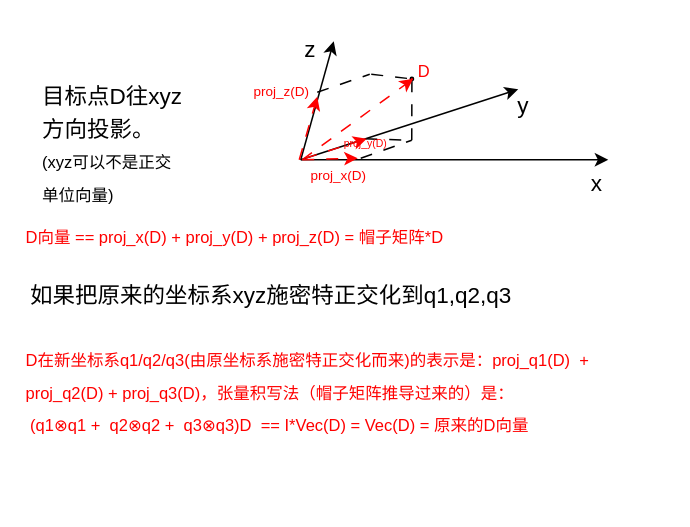
Earlier version of the draw.io diagram page "正交投影" (3 of 3) of images/2023/power-of-matrix/power-of-matrix.drawio (wumin199/wm-blog-image). Source tidied: cells renumbered, new cells numbered last; positions are measured from the earlier drawing's top-left corner, leaving out a move shared by most shapes. Both pictures are drawn from the tidied source at 150%, with x=0, y=0 at pixel (26, 26).
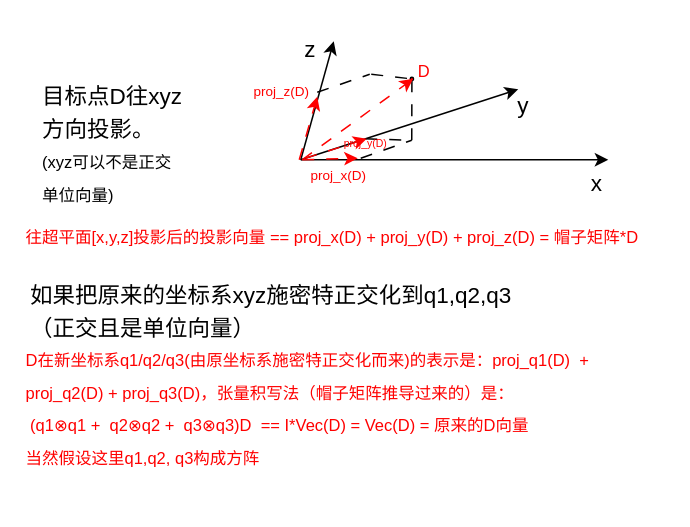
Above is the later version.

Change to the diagram source:
```diff
@@
-    <mxCell id="26" value="D向量 == proj_x(D) + proj_y(D) + proj_z(D) = 帽子矩阵*D" style="text;html=1;align=left;verticalAlign=middle;strokeColor=none;fillColor=none;fontSize=11;fontColor=#FF0000;overflow=fill;" parent="1" vertex="1">
-      <mxGeometry y="135" width="296" height="25" as="geometry" />
+    <mxCell id="26" value="往超平面[x,y,z]投影后的投影向量 == proj_x(D) + proj_y(D) + proj_z(D) = 帽子矩阵*D" style="text;html=1;align=left;verticalAlign=middle;strokeColor=none;fillColor=none;fontSize=11;fontColor=#FF0000;overflow=fill;" parent="1" vertex="1">
+      <mxGeometry y="135" width="426" height="25" as="geometry" />
     </mxCell>
-    <mxCell id="27" value="&lt;font style=&quot;&quot; color=&quot;#000000&quot;&gt;&lt;span style=&quot;font-size: 15px;&quot;&gt;如果把原来的坐标系xyz施密特正交化到q1,q2,q3&lt;/span&gt;&lt;br&gt;&lt;/font&gt;" style="text;html=1;strokeColor=none;fillColor=none;align=left;verticalAlign=middle;whiteSpace=wrap;rounded=0;labelBackgroundColor=none;fontSize=18;fontColor=default;comic=0;backgroundOutline=0;overflow=fill;fontFamily=Helvetica;" parent="1" vertex="1">
+    <mxCell id="27" value="&lt;font style=&quot;&quot; color=&quot;#000000&quot;&gt;&lt;span style=&quot;font-size: 15px;&quot;&gt;如果把原来的坐标系xyz施密特正交化到q1,q2,q3（正交且是单位向量）&lt;/span&gt;&lt;br&gt;&lt;/font&gt;" style="text;html=1;strokeColor=none;fillColor=none;align=left;verticalAlign=middle;whiteSpace=wrap;rounded=0;labelBackgroundColor=none;fontSize=18;fontColor=default;comic=0;backgroundOutline=0;overflow=fill;fontFamily=Helvetica;" parent="1" vertex="1">
       <mxGeometry x="3" y="169" width="335" height="42" as="geometry" />
     </mxCell>
-    <mxCell id="28" value="&lt;p style=&quot;line-height: 100%;&quot;&gt;&lt;/p&gt;&lt;span style=&quot;color: rgb(255, 0, 0); font-size: 11px; text-align: center;&quot;&gt;D在新坐标系q1/q2/q3(由原坐标系施密特正交化而来)的表示是：proj_q1(D)&amp;nbsp; + proj_q2(D) + proj_q3(D)，张量积写法（帽子矩阵推导过来的）是：&lt;br&gt;&amp;nbsp;(&lt;/span&gt;&lt;font style=&quot;background-color: initial; text-align: center;&quot; color=&quot;#ff0000&quot;&gt;&lt;span style=&quot;font-size: 11px;&quot;&gt;q1&lt;/span&gt;&lt;/font&gt;&lt;font style=&quot;background-color: initial; text-align: center;&quot; face=&quot;arial, sans-serif&quot;&gt;&lt;span style=&quot;background-color: rgb(255, 255, 255);&quot;&gt;&lt;font style=&quot;font-size: 11px;&quot; color=&quot;#ff0000&quot;&gt;⊗q1 +&amp;nbsp;&lt;/font&gt;&lt;/span&gt;&lt;/font&gt;&lt;span style=&quot;color: rgb(255, 0, 0); font-size: 11px; text-align: center;&quot;&gt;&amp;nbsp;&lt;/span&gt;&lt;font style=&quot;background-color: initial; text-align: center;&quot; color=&quot;#ff0000&quot;&gt;&lt;span style=&quot;font-size: 11px;&quot;&gt;q2&lt;/span&gt;&lt;/font&gt;&lt;font style=&quot;background-color: initial; text-align: center;&quot; face=&quot;arial, sans-serif&quot;&gt;&lt;span style=&quot;background-color: rgb(255, 255, 255);&quot;&gt;&lt;font style=&quot;font-size: 11px;&quot; color=&quot;#ff0000&quot;&gt;⊗q2 +&amp;nbsp;&lt;/font&gt;&lt;/span&gt;&lt;/font&gt;&lt;span style=&quot;color: rgb(255, 0, 0); font-size: 11px; text-align: center;&quot;&gt;&amp;nbsp;&lt;/span&gt;&lt;font style=&quot;background-color: initial; text-align: center;&quot; color=&quot;#ff0000&quot;&gt;&lt;span style=&quot;font-size: 11px;&quot;&gt;q3&lt;/span&gt;&lt;/font&gt;&lt;font style=&quot;background-color: initial; text-align: center;&quot; face=&quot;arial, sans-serif&quot;&gt;&lt;span style=&quot;background-color: rgb(255, 255, 255);&quot;&gt;&lt;font style=&quot;font-size: 11px;&quot; color=&quot;#ff0000&quot;&gt;⊗q3)D&lt;/font&gt;&lt;/span&gt;&lt;/font&gt;&lt;font style=&quot;background-color: initial; text-align: center;&quot; face=&quot;arial, sans-serif&quot;&gt;&lt;span style=&quot;background-color: rgb(255, 255, 255);&quot;&gt;&lt;font style=&quot;font-size: 11px;&quot; color=&quot;#ff0000&quot;&gt;&amp;nbsp; == I*Vec(D) = Vec(D) = 原来的D向量&lt;/font&gt;&lt;/span&gt;&lt;/font&gt;&lt;font style=&quot;background-color: initial; text-align: center;&quot; face=&quot;arial, sans-serif&quot;&gt;&lt;span style=&quot;background-color: rgb(255, 255, 255);&quot;&gt;&lt;font style=&quot;font-size: 11px;&quot; color=&quot;#ff0000&quot;&gt;&lt;br&gt;&lt;/font&gt;&lt;/span&gt;&lt;/font&gt;" style="text;html=1;strokeColor=none;fillColor=none;align=left;verticalAlign=middle;whiteSpace=wrap;rounded=0;labelBackgroundColor=none;fontSize=18;fontColor=default;comic=0;backgroundOutline=0;overflow=fill;fontFamily=Helvetica;" parent="1" vertex="1">
-      <mxGeometry y="193" width="421" height="95" as="geometry" />
+    <mxCell id="28" value="&lt;p style=&quot;line-height: 100%;&quot;&gt;&lt;/p&gt;&lt;span style=&quot;color: rgb(255, 0, 0); font-size: 11px; text-align: center;&quot;&gt;D在新坐标系q1/q2/q3(由原坐标系施密特正交化而来)的表示是：proj_q1(D)&amp;nbsp; + proj_q2(D) + proj_q3(D)，张量积写法（帽子矩阵推导过来的）是：&lt;br&gt;&amp;nbsp;(&lt;/span&gt;&lt;font style=&quot;background-color: initial; text-align: center;&quot; color=&quot;#ff0000&quot;&gt;&lt;span style=&quot;font-size: 11px;&quot;&gt;q1&lt;/span&gt;&lt;/font&gt;&lt;font style=&quot;background-color: initial; text-align: center;&quot; face=&quot;arial, sans-serif&quot;&gt;&lt;span style=&quot;background-color: rgb(255, 255, 255);&quot;&gt;&lt;font style=&quot;font-size: 11px;&quot; color=&quot;#ff0000&quot;&gt;⊗q1 +&amp;nbsp;&lt;/font&gt;&lt;/span&gt;&lt;/font&gt;&lt;span style=&quot;color: rgb(255, 0, 0); font-size: 11px; text-align: center;&quot;&gt;&amp;nbsp;&lt;/span&gt;&lt;font style=&quot;background-color: initial; text-align: center;&quot; color=&quot;#ff0000&quot;&gt;&lt;span style=&quot;font-size: 11px;&quot;&gt;q2&lt;/span&gt;&lt;/font&gt;&lt;font style=&quot;background-color: initial; text-align: center;&quot; face=&quot;arial, sans-serif&quot;&gt;&lt;span style=&quot;background-color: rgb(255, 255, 255);&quot;&gt;&lt;font style=&quot;font-size: 11px;&quot; color=&quot;#ff0000&quot;&gt;⊗q2 +&amp;nbsp;&lt;/font&gt;&lt;/span&gt;&lt;/font&gt;&lt;span style=&quot;color: rgb(255, 0, 0); font-size: 11px; text-align: center;&quot;&gt;&amp;nbsp;&lt;/span&gt;&lt;font style=&quot;background-color: initial; text-align: center;&quot; color=&quot;#ff0000&quot;&gt;&lt;span style=&quot;font-size: 11px;&quot;&gt;q3&lt;/span&gt;&lt;/font&gt;&lt;font style=&quot;background-color: initial; text-align: center;&quot; face=&quot;arial, sans-serif&quot;&gt;&lt;span style=&quot;background-color: rgb(255, 255, 255);&quot;&gt;&lt;font style=&quot;font-size: 11px;&quot; color=&quot;#ff0000&quot;&gt;⊗q3)D&lt;/font&gt;&lt;/span&gt;&lt;/font&gt;&lt;font style=&quot;background-color: initial; text-align: center;&quot; face=&quot;arial, sans-serif&quot;&gt;&lt;span style=&quot;background-color: rgb(255, 255, 255);&quot;&gt;&lt;font style=&quot;font-size: 11px;&quot; color=&quot;#ff0000&quot;&gt;&amp;nbsp; == I*Vec(D) = Vec(D) = 原来的D向量&lt;br&gt;&lt;/font&gt;&lt;/span&gt;&lt;/font&gt;&lt;font style=&quot;background-color: initial; text-align: center;&quot; face=&quot;arial, sans-serif&quot;&gt;&lt;span style=&quot;background-color: rgb(255, 255, 255);&quot;&gt;&lt;font style=&quot;font-size: 11px;&quot; color=&quot;#ff0000&quot;&gt;当然假设这里q1,q2, q3构成方阵&lt;br&gt;&lt;/font&gt;&lt;/span&gt;&lt;/font&gt;" style="text;html=1;strokeColor=none;fillColor=none;align=left;verticalAlign=middle;whiteSpace=wrap;rounded=0;labelBackgroundColor=none;fontSize=18;fontColor=default;comic=0;backgroundOutline=0;overflow=fill;fontFamily=Helvetica;" parent="1" vertex="1">
+      <mxGeometry y="193" width="421" height="124" as="geometry" />
     </mxCell>
```
